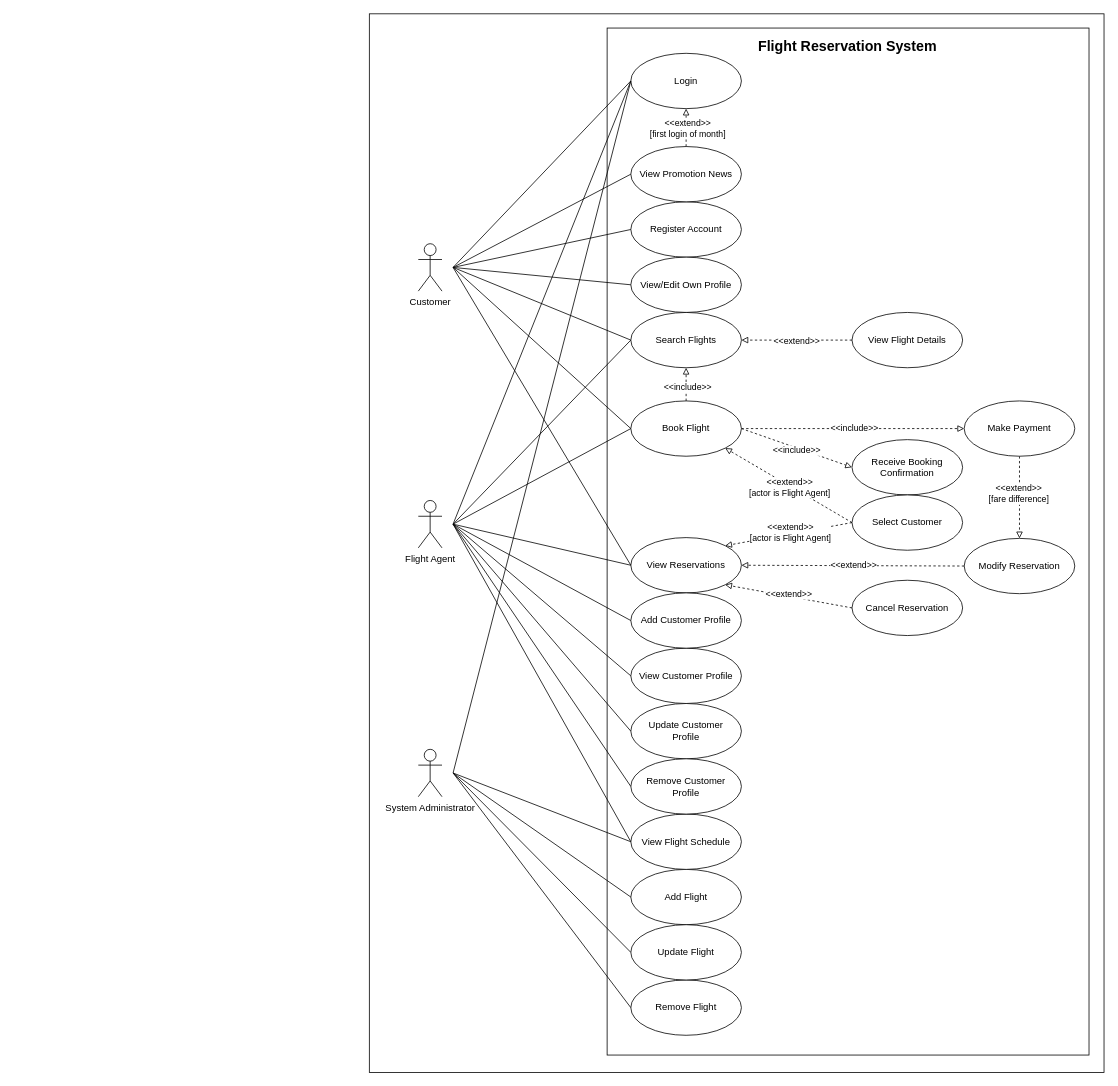
The draw.io diagram diagrams/UseCaseDiagramV2.drawio in EricTHallett/ENSF-480-Term-Project, before the edit. Source tidied: cells renumbered, new cells numbered last; positions are measured from the earlier drawing's top-left corner, leaving out a move shared by most shapes. Both pictures are drawn from the tidied source at 79%, with x=0, y=0 at pixel (369, 13).
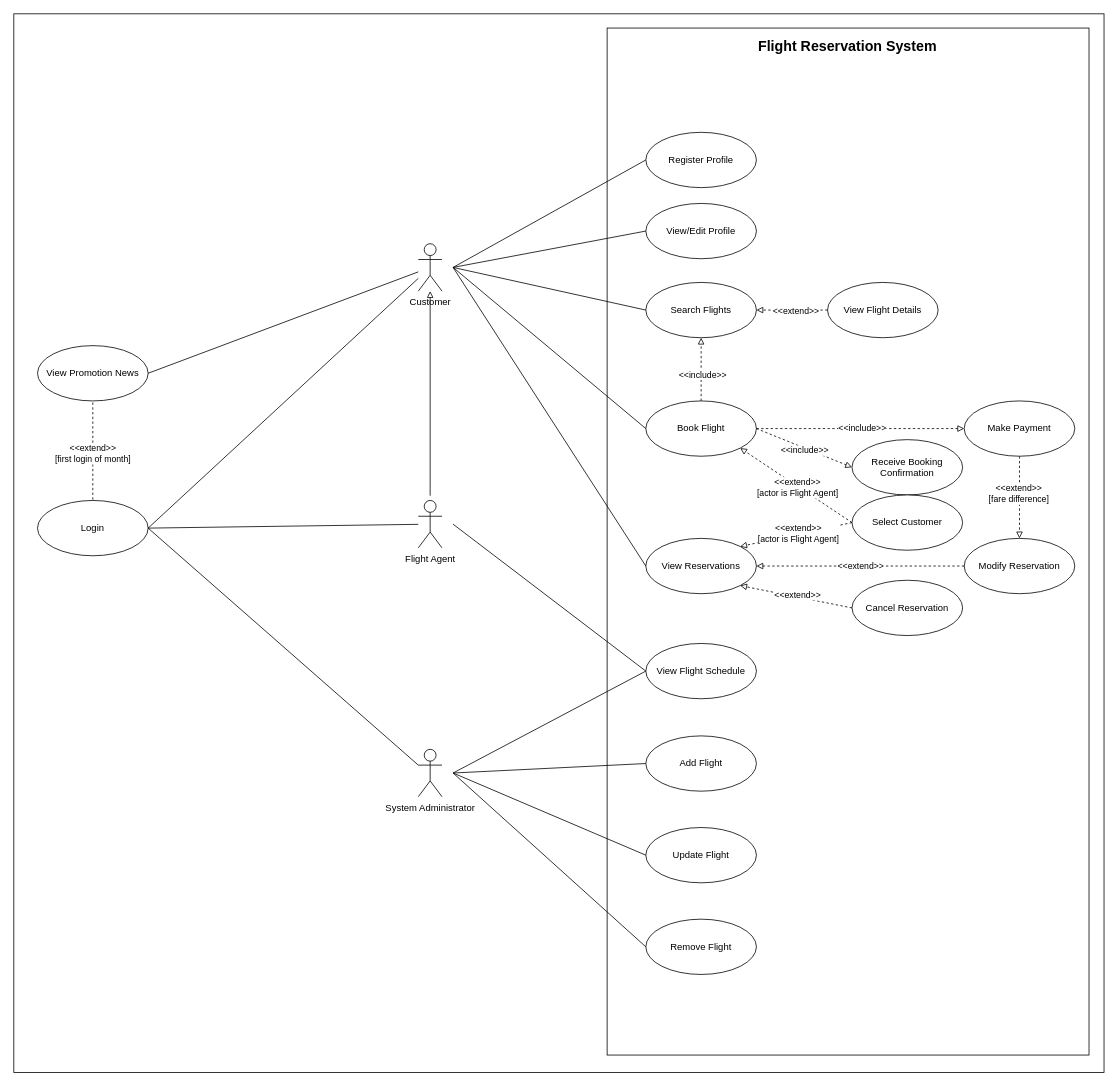
The same diagram, later.

Commit message:
Clean up use-case diagram

The change refers to these unchanged cells:
```xml
<mxCell id="3" style="group;" parent="1" vertex="1">
  <mxGeometry x="301" y="18" width="610" height="1300" as="geometry" />
</mxCell>
<mxCell id="68" value="System Administrator" style="shape=umlActor;verticalLabelPosition=bottom;verticalAlign=top;html=1;outlineConnect=0;labelPerimeter=1;" parent="1" vertex="1">
  <mxGeometry x="62" y="931" width="30" height="60" as="geometry" />
</mxCell>
<mxCell id="69" value="Flight Agent" style="shape=umlActor;verticalLabelPosition=bottom;verticalAlign=top;html=1;outlineConnect=0;labelPerimeter=1;" parent="1" vertex="1">
  <mxGeometry x="62" y="616" width="30" height="60" as="geometry" />
</mxCell>
<mxCell id="70" value="Customer" style="shape=umlActor;verticalLabelPosition=bottom;verticalAlign=top;html=1;outlineConnect=0;labelPerimeter=1;" parent="1" vertex="1">
  <mxGeometry x="62" y="291" width="30" height="60" as="geometry" />
</mxCell>
```

Diff of the diagram source:
```diff
@@
     <mxCell id="2" style="whiteSpace=wrap;html=1;" parent="1" vertex="1">
-      <mxGeometry width="930" height="1340" as="geometry" />
+      <mxGeometry x="-450" width="1380" height="1340" as="geometry" />
     </mxCell>
@@
+    <mxCell id="8" value="View/Edit Profile" style="ellipse;whiteSpace=wrap;html=1;" parent="3" vertex="1">
+      <mxGeometry x="49" y="222" width="140" height="70" as="geometry" />
+    </mxCell>
-    <mxCell id="6" value="Register Account" style="ellipse;whiteSpace=wrap;html=1;" parent="1" vertex="1">
-      <mxGeometry x="331" y="238" width="140" height="70" as="geometry" />
+    <mxCell id="6" value="Register Profile" style="ellipse;whiteSpace=wrap;html=1;" parent="3" vertex="1">
+      <mxGeometry x="49" y="132" width="140" height="70" as="geometry" />
     </mxCell>
+    <mxCell id="17" value="View Reservations" style="ellipse;whiteSpace=wrap;html=1;" parent="3" vertex="1">
+      <mxGeometry x="49" y="646" width="140" height="70" as="geometry" />
+    </mxCell>
+    <mxCell id="9" value="Search Flights" style="ellipse;whiteSpace=wrap;html=1;" parent="3" vertex="1">
+      <mxGeometry x="49" y="322" width="140" height="70" as="geometry" />
+    </mxCell>
+    <mxCell id="20" value="View Flight Details" style="ellipse;whiteSpace=wrap;html=1;" parent="3" vertex="1">
+      <mxGeometry x="279" y="322" width="140" height="70" as="geometry" />
+    </mxCell>
+    <mxCell id="18" style="edgeStyle=none;shape=connector;rounded=0;jettySize=auto;html=1;exitX=0;exitY=0.5;exitDx=0;exitDy=0;entryX=1;entryY=0.5;entryDx=0;entryDy=0;strokeColor=default;align=center;verticalAlign=middle;fontFamily=Helvetica;fontSize=11;fontColor=default;labelBackgroundColor=default;endArrow=block;endFill=0;dashed=1;" parent="3" edge="1" source="20" target="9">
+      <mxGeometry relative="1" as="geometry" />
+    </mxCell>
+    <mxCell id="19" value="&amp;lt;&amp;lt;extend&amp;gt;&amp;gt;" style="edgeLabel;html=1;align=center;verticalAlign=middle;fontFamily=Helvetica;fontSize=11;fontColor=default;labelBackgroundColor=default;" parent="18" vertex="1">
+      <mxGeometry x="0.18" y="1" relative="1" as="geometry">
+        <mxPoint x="12" y="-1" as="offset" />
+      </mxGeometry>
+    </mxCell>
+    <mxCell id="16" value="Book Flight" style="ellipse;whiteSpace=wrap;html=1;" parent="3" vertex="1">
+      <mxGeometry x="49" y="472" width="140" height="70" as="geometry" />
+    </mxCell>
+    <mxCell id="12" style="edgeStyle=none;shape=connector;rounded=0;jettySize=auto;html=1;exitX=0.5;exitY=0;exitDx=0;exitDy=0;entryX=0.5;entryY=1;entryDx=0;entryDy=0;strokeColor=default;align=center;verticalAlign=middle;fontFamily=Helvetica;fontSize=11;fontColor=default;labelBackgroundColor=default;endArrow=block;endFill=0;dashed=1;" parent="3" edge="1" source="16" target="9">
+      <mxGeometry relative="1" as="geometry" />
+    </mxCell>
+    <mxCell id="13" value="&amp;lt;&amp;lt;include&amp;gt;&amp;gt;" style="edgeLabel;html=1;align=center;verticalAlign=middle;fontFamily=Helvetica;fontSize=11;fontColor=default;labelBackgroundColor=default;" parent="12" vertex="1">
+      <mxGeometry x="-0.15" y="-1" relative="1" as="geometry" />
+    </mxCell>
+    <mxCell id="37" value="View Flight Schedule" style="ellipse;whiteSpace=wrap;html=1;" parent="3" vertex="1">
+      <mxGeometry x="49" y="779" width="140" height="70" as="geometry" />
+    </mxCell>
+    <mxCell id="35" value="Add Flight" style="ellipse;whiteSpace=wrap;html=1;" parent="3" vertex="1">
+      <mxGeometry x="49" y="896" width="140" height="70" as="geometry" />
+    </mxCell>
+    <mxCell id="36" value="Update Flight" style="ellipse;whiteSpace=wrap;html=1;" parent="3" vertex="1">
+      <mxGeometry x="49" y="1012" width="140" height="70" as="geometry" />
+    </mxCell>
+    <mxCell id="34" value="Remove Flight" style="ellipse;whiteSpace=wrap;html=1;" parent="3" vertex="1">
+      <mxGeometry x="49" y="1128" width="140" height="70" as="geometry" />
+    </mxCell>
@@
-    <mxCell id="8" value="View/Edit Own Profile" style="ellipse;whiteSpace=wrap;html=1;" parent="1" vertex="1">
-      <mxGeometry x="331" y="308" width="140" height="70" as="geometry" />
-    </mxCell>
-    <mxCell id="9" value="Search Flights" style="ellipse;whiteSpace=wrap;html=1;" parent="1" vertex="1">
-      <mxGeometry x="331" y="378" width="140" height="70" as="geometry" />
-    </mxCell>
@@
-    <mxCell id="12" style="edgeStyle=none;shape=connector;rounded=0;jettySize=auto;html=1;exitX=0.5;exitY=0;exitDx=0;exitDy=0;entryX=0.5;entryY=1;entryDx=0;entryDy=0;strokeColor=default;align=center;verticalAlign=middle;fontFamily=Helvetica;fontSize=11;fontColor=default;labelBackgroundColor=default;endArrow=block;endFill=0;dashed=1;" parent="1" edge="1" source="16" target="9">
-      <mxGeometry relative="1" as="geometry" />
-    </mxCell>
-    <mxCell id="13" value="&amp;lt;&amp;lt;include&amp;gt;&amp;gt;" style="edgeLabel;html=1;align=center;verticalAlign=middle;fontFamily=Helvetica;fontSize=11;fontColor=default;labelBackgroundColor=default;" parent="12" vertex="1">
-      <mxGeometry x="-0.15" y="-1" relative="1" as="geometry" />
-    </mxCell>
@@
-    <mxCell id="16" value="Book Flight" style="ellipse;whiteSpace=wrap;html=1;" parent="1" vertex="1">
-      <mxGeometry x="331" y="490" width="140" height="70" as="geometry" />
-    </mxCell>
-    <mxCell id="17" value="View Reservations" style="ellipse;whiteSpace=wrap;html=1;" parent="1" vertex="1">
-      <mxGeometry x="331" y="663" width="140" height="70" as="geometry" />
-    </mxCell>
-    <mxCell id="18" style="edgeStyle=none;shape=connector;rounded=0;jettySize=auto;html=1;exitX=0;exitY=0.5;exitDx=0;exitDy=0;entryX=1;entryY=0.5;entryDx=0;entryDy=0;strokeColor=default;align=center;verticalAlign=middle;fontFamily=Helvetica;fontSize=11;fontColor=default;labelBackgroundColor=default;endArrow=block;endFill=0;dashed=1;" parent="1" edge="1" source="20" target="9">
-      <mxGeometry relative="1" as="geometry" />
-    </mxCell>
-    <mxCell id="19" value="&amp;lt;&amp;lt;extend&amp;gt;&amp;gt;" style="edgeLabel;html=1;align=center;verticalAlign=middle;fontFamily=Helvetica;fontSize=11;fontColor=default;labelBackgroundColor=default;" parent="18" vertex="1">
-      <mxGeometry x="0.18" y="1" relative="1" as="geometry">
-        <mxPoint x="12" y="-1" as="offset" />
-      </mxGeometry>
-    </mxCell>
-    <mxCell id="20" value="View Flight Details" style="ellipse;whiteSpace=wrap;html=1;" parent="1" vertex="1">
-      <mxGeometry x="611" y="378" width="140" height="70" as="geometry" />
-    </mxCell>
@@
     <mxCell id="32" value="View Promotion News" style="ellipse;whiteSpace=wrap;html=1;" parent="1" vertex="1">
-      <mxGeometry x="331" y="168" width="140" height="70" as="geometry" />
+      <mxGeometry x="-420" y="420" width="140" height="70" as="geometry" />
     </mxCell>
     <mxCell id="33" value="Login" style="ellipse;whiteSpace=wrap;html=1;" parent="1" vertex="1">
-      <mxGeometry x="331" y="50" width="140" height="70" as="geometry" />
+      <mxGeometry x="-420" y="616" width="140" height="70" as="geometry" />
     </mxCell>
-    <mxCell id="34" value="Remove Flight" style="ellipse;whiteSpace=wrap;html=1;" parent="1" vertex="1">
-      <mxGeometry x="331" y="1223" width="140" height="70" as="geometry" />
-    </mxCell>
-    <mxCell id="35" value="Add Flight" style="ellipse;whiteSpace=wrap;html=1;" parent="1" vertex="1">
-      <mxGeometry x="331" y="1083" width="140" height="70" as="geometry" />
-    </mxCell>
-    <mxCell id="36" value="Update Flight" style="ellipse;whiteSpace=wrap;html=1;" parent="1" vertex="1">
-      <mxGeometry x="331" y="1153" width="140" height="70" as="geometry" />
-    </mxCell>
-    <mxCell id="37" value="View Flight Schedule" style="ellipse;whiteSpace=wrap;html=1;" parent="1" vertex="1">
-      <mxGeometry x="331" y="1013" width="140" height="70" as="geometry" />
-    </mxCell>
-    <mxCell id="38" value="Update Customer&lt;br&gt;Profile" style="ellipse;whiteSpace=wrap;html=1;" parent="1" vertex="1">
-      <mxGeometry x="331" y="873" width="140" height="70" as="geometry" />
-    </mxCell>
-    <mxCell id="39" value="Remove Customer&lt;br&gt;Profile" style="ellipse;whiteSpace=wrap;html=1;" parent="1" vertex="1">
-      <mxGeometry x="331" y="943" width="140" height="70" as="geometry" />
-    </mxCell>
-    <mxCell id="40" value="View Customer Profile" style="ellipse;whiteSpace=wrap;html=1;" parent="1" vertex="1">
-      <mxGeometry x="331" y="803" width="140" height="70" as="geometry" />
-    </mxCell>
-    <mxCell id="41" value="Add Customer Profile" style="ellipse;whiteSpace=wrap;html=1;" parent="1" vertex="1">
-      <mxGeometry x="331" y="733" width="140" height="70" as="geometry" />
-    </mxCell>
@@
-    <mxCell id="44" style="edgeStyle=none;shape=connector;rounded=0;jettySize=auto;html=1;exitX=0.5;exitY=0.5;exitDx=0;exitDy=0;exitPerimeter=0;entryX=0;entryY=0.5;entryDx=0;entryDy=0;strokeColor=default;align=center;verticalAlign=middle;fontFamily=Helvetica;fontSize=11;fontColor=default;labelBackgroundColor=default;endArrow=none;endFill=0;" parent="1" edge="1" target="33">
-      <mxGeometry relative="1" as="geometry">
-        <mxPoint x="106" y="321" as="sourcePoint" />
-      </mxGeometry>
+    <mxCell id="44" style="edgeStyle=none;shape=connector;rounded=0;jettySize=auto;html=1;entryX=1;entryY=0.5;entryDx=0;entryDy=0;strokeColor=default;align=center;verticalAlign=middle;fontFamily=Helvetica;fontSize=11;fontColor=default;labelBackgroundColor=default;endArrow=none;endFill=0;" parent="1" edge="1" source="70" target="33">
+      <mxGeometry relative="1" as="geometry" />
     </mxCell>
@@
-    <mxCell id="48" style="edgeStyle=none;shape=connector;rounded=0;jettySize=auto;html=1;exitX=0.5;exitY=0.5;exitDx=0;exitDy=0;exitPerimeter=0;entryX=0;entryY=0.5;entryDx=0;entryDy=0;strokeColor=default;align=center;verticalAlign=middle;fontFamily=Helvetica;fontSize=11;fontColor=default;labelBackgroundColor=default;endArrow=none;endFill=0;" parent="1" edge="1" target="32">
-      <mxGeometry relative="1" as="geometry">
-        <mxPoint x="106" y="321" as="sourcePoint" />
-      </mxGeometry>
+    <mxCell id="48" style="edgeStyle=none;shape=connector;rounded=0;jettySize=auto;html=1;entryX=1;entryY=0.5;entryDx=0;entryDy=0;strokeColor=default;align=center;verticalAlign=middle;fontFamily=Helvetica;fontSize=11;fontColor=default;labelBackgroundColor=default;endArrow=none;endFill=0;" parent="1" edge="1" source="70" target="32">
+      <mxGeometry relative="1" as="geometry" />
     </mxCell>
-    <mxCell id="49" style="edgeStyle=none;shape=connector;rounded=0;jettySize=auto;html=1;exitX=0.5;exitY=0.5;exitDx=0;exitDy=0;exitPerimeter=0;entryX=0;entryY=0.5;entryDx=0;entryDy=0;strokeColor=default;align=center;verticalAlign=middle;fontFamily=Helvetica;fontSize=11;fontColor=default;labelBackgroundColor=default;endArrow=none;endFill=0;" parent="1" edge="1" target="33">
-      <mxGeometry relative="1" as="geometry">
-        <mxPoint x="106" y="646" as="sourcePoint" />
-      </mxGeometry>
+    <mxCell id="49" style="edgeStyle=none;shape=connector;rounded=0;jettySize=auto;html=1;entryX=1;entryY=0.5;entryDx=0;entryDy=0;strokeColor=default;align=center;verticalAlign=middle;fontFamily=Helvetica;fontSize=11;fontColor=default;labelBackgroundColor=default;endArrow=none;endFill=0;" parent="1" edge="1" source="69" target="33">
+      <mxGeometry relative="1" as="geometry" />
     </mxCell>
-    <mxCell id="50" style="edgeStyle=none;shape=connector;rounded=0;jettySize=auto;html=1;exitX=0.5;exitY=0.5;exitDx=0;exitDy=0;exitPerimeter=0;entryX=0;entryY=0.5;entryDx=0;entryDy=0;strokeColor=default;align=center;verticalAlign=middle;fontFamily=Helvetica;fontSize=11;fontColor=default;labelBackgroundColor=default;endArrow=none;endFill=0;" parent="1" edge="1" target="9">
-      <mxGeometry relative="1" as="geometry">
-        <mxPoint x="106" y="646" as="sourcePoint" />
-      </mxGeometry>
-    </mxCell>
-    <mxCell id="51" style="edgeStyle=none;shape=connector;rounded=0;jettySize=auto;html=1;exitX=0.5;exitY=0.5;exitDx=0;exitDy=0;exitPerimeter=0;entryX=0;entryY=0.5;entryDx=0;entryDy=0;strokeColor=default;align=center;verticalAlign=middle;fontFamily=Helvetica;fontSize=11;fontColor=default;labelBackgroundColor=default;endArrow=none;endFill=0;" parent="1" edge="1" target="16">
-      <mxGeometry relative="1" as="geometry">
-        <mxPoint x="106" y="646" as="sourcePoint" />
-      </mxGeometry>
-    </mxCell>
-    <mxCell id="52" style="edgeStyle=none;shape=connector;rounded=0;jettySize=auto;html=1;exitX=0.5;exitY=0.5;exitDx=0;exitDy=0;exitPerimeter=0;entryX=0;entryY=0.5;entryDx=0;entryDy=0;strokeColor=default;align=center;verticalAlign=middle;fontFamily=Helvetica;fontSize=11;fontColor=default;labelBackgroundColor=default;endArrow=none;endFill=0;" parent="1" edge="1" target="17">
-      <mxGeometry relative="1" as="geometry">
-        <mxPoint x="106" y="646" as="sourcePoint" />
-      </mxGeometry>
-    </mxCell>
-    <mxCell id="53" style="edgeStyle=none;shape=connector;rounded=0;jettySize=auto;html=1;exitX=0.5;exitY=0.5;exitDx=0;exitDy=0;exitPerimeter=0;entryX=0;entryY=0.5;entryDx=0;entryDy=0;strokeColor=default;align=center;verticalAlign=middle;fontFamily=Helvetica;fontSize=11;fontColor=default;labelBackgroundColor=default;endArrow=none;endFill=0;" parent="1" edge="1" target="41">
-      <mxGeometry relative="1" as="geometry">
-        <mxPoint x="106" y="646" as="sourcePoint" />
-      </mxGeometry>
-    </mxCell>
-    <mxCell id="54" style="edgeStyle=none;shape=connector;rounded=0;jettySize=auto;html=1;exitX=0.5;exitY=0.5;exitDx=0;exitDy=0;exitPerimeter=0;entryX=0;entryY=0.5;entryDx=0;entryDy=0;strokeColor=default;align=center;verticalAlign=middle;fontFamily=Helvetica;fontSize=11;fontColor=default;labelBackgroundColor=default;endArrow=none;endFill=0;" parent="1" edge="1" target="40">
-      <mxGeometry relative="1" as="geometry">
-        <mxPoint x="106" y="646" as="sourcePoint" />
-      </mxGeometry>
-    </mxCell>
-    <mxCell id="55" style="edgeStyle=none;shape=connector;rounded=0;jettySize=auto;html=1;exitX=0.5;exitY=0.5;exitDx=0;exitDy=0;exitPerimeter=0;entryX=0;entryY=0.5;entryDx=0;entryDy=0;strokeColor=default;align=center;verticalAlign=middle;fontFamily=Helvetica;fontSize=11;fontColor=default;labelBackgroundColor=default;endArrow=none;endFill=0;" parent="1" edge="1" target="38">
-      <mxGeometry relative="1" as="geometry">
-        <mxPoint x="106" y="646" as="sourcePoint" />
-      </mxGeometry>
-    </mxCell>
-    <mxCell id="56" style="edgeStyle=none;shape=connector;rounded=0;jettySize=auto;html=1;exitX=0.5;exitY=0.5;exitDx=0;exitDy=0;exitPerimeter=0;entryX=0;entryY=0.5;entryDx=0;entryDy=0;strokeColor=default;align=center;verticalAlign=middle;fontFamily=Helvetica;fontSize=11;fontColor=default;labelBackgroundColor=default;endArrow=none;endFill=0;" parent="1" edge="1" target="39">
-      <mxGeometry relative="1" as="geometry">
-        <mxPoint x="106" y="646" as="sourcePoint" />
-      </mxGeometry>
-    </mxCell>
@@
-    <mxCell id="58" style="edgeStyle=none;shape=connector;rounded=0;jettySize=auto;html=1;exitX=0.5;exitY=0.5;exitDx=0;exitDy=0;exitPerimeter=0;entryX=0;entryY=0.5;entryDx=0;entryDy=0;strokeColor=default;align=center;verticalAlign=middle;fontFamily=Helvetica;fontSize=11;fontColor=default;labelBackgroundColor=default;endArrow=none;endFill=0;" parent="1" edge="1" target="33">
-      <mxGeometry relative="1" as="geometry">
-        <mxPoint x="106" y="961" as="sourcePoint" />
-      </mxGeometry>
+    <mxCell id="58" style="edgeStyle=none;shape=connector;rounded=0;jettySize=auto;html=1;entryX=1;entryY=0.5;entryDx=0;entryDy=0;strokeColor=default;align=center;verticalAlign=middle;fontFamily=Helvetica;fontSize=11;fontColor=default;labelBackgroundColor=default;endArrow=none;endFill=0;exitX=0;exitY=0.3333333333333333;exitDx=0;exitDy=0;exitPerimeter=0;" parent="1" edge="1" source="68" target="33">
+      <mxGeometry relative="1" as="geometry" />
     </mxCell>
@@
+    <mxCell id="71" style="endArrow=block;html=1;rounded=0;defaultLabelBackgroundColor=page;labelPadding=0 4;endFill=0;" parent="1" edge="1" target="70">
+      <mxGeometry relative="1" as="geometry">
+        <mxPoint x="77" y="610" as="sourcePoint" />
+      </mxGeometry>
+    </mxCell>
```
